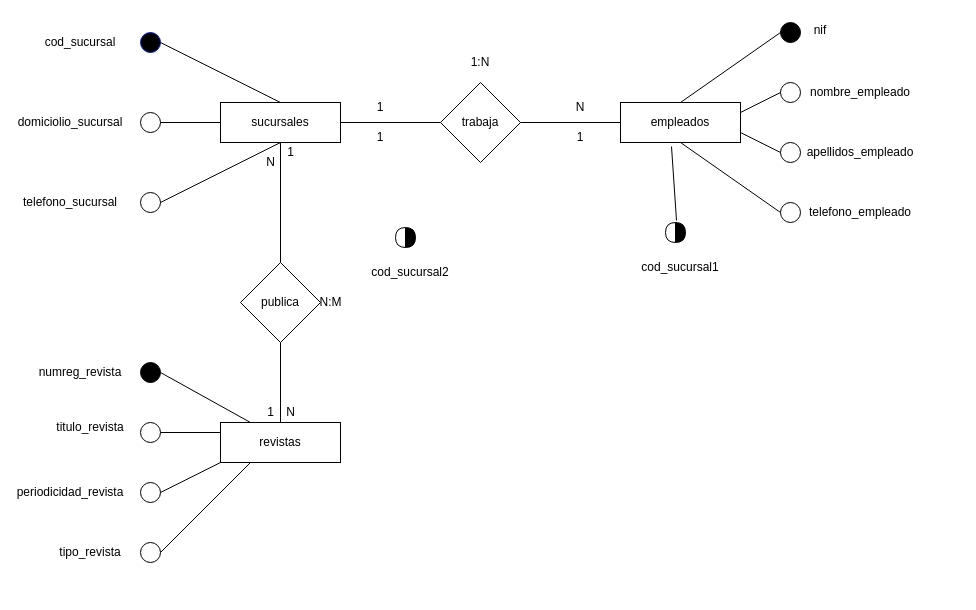
Above: Ejercicios_clase/Diagrama entidad_relación Práctica 2.drawio in FuerzaRoja/Base_de_Datos (draw.io), before the change. Source tidied: cells renumbered, new cells numbered last; positions are measured from the earlier drawing's top-left corner, leaving out a move shared by most shapes. Both pictures are drawn from the tidied source at 100%, with x=0, y=0 at pixel (40, 17).
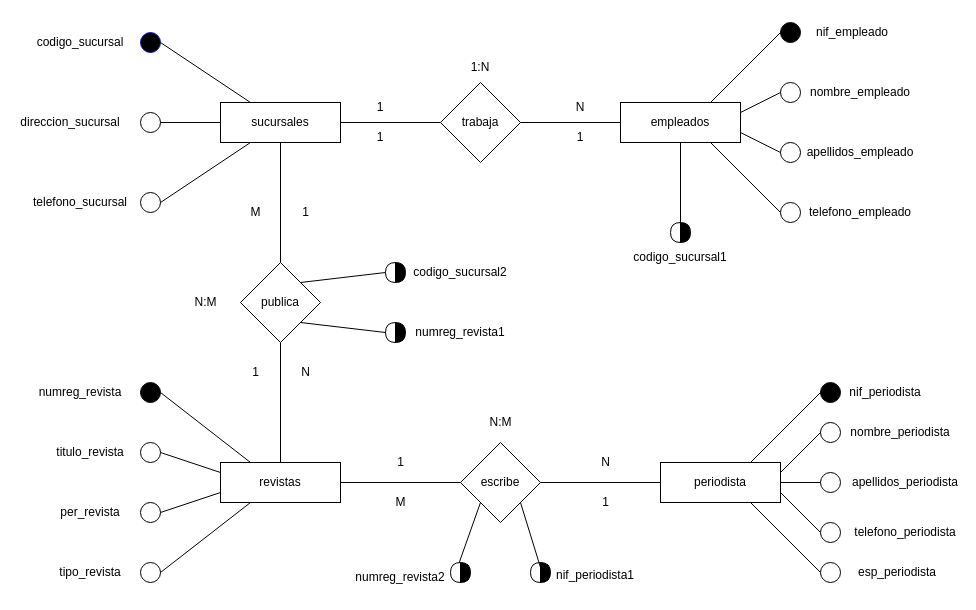
After the change.

The change refers to these unchanged cells:
```xml
<mxCell id="2" value="sucursales" style="rounded=0;whiteSpace=wrap;html=1;" parent="1" vertex="1">
  <mxGeometry x="180" y="85" width="120" height="40" as="geometry" />
</mxCell>
<mxCell id="3" style="ellipse;whiteSpace=wrap;html=1;fillColor=#000000;strokeColor=#001DBC;fontColor=#ffffff;" parent="1" vertex="1">
  <mxGeometry x="100" y="15" width="20" height="20" as="geometry" />
</mxCell>
<mxCell id="5" style="ellipse;whiteSpace=wrap;html=1;" parent="1" vertex="1">
  <mxGeometry x="100" y="175" width="20" height="20" as="geometry" />
</mxCell>
<mxCell id="12" value="empleados" style="rounded=0;whiteSpace=wrap;html=1;" parent="1" vertex="1">
  <mxGeometry x="580" y="85" width="120" height="40" as="geometry" />
</mxCell>
<mxCell id="13" style="ellipse;whiteSpace=wrap;html=1;fillColor=#000000;" parent="1" vertex="1">
  <mxGeometry x="740" y="5" width="20" height="20" as="geometry" />
</mxCell>
<mxCell id="17" style="ellipse;whiteSpace=wrap;html=1;" parent="1" vertex="1">
  <mxGeometry x="740" y="185" width="20" height="20" as="geometry" />
</mxCell>
<mxCell id="34" value="publica" style="rhombus;whiteSpace=wrap;html=1;" parent="1" vertex="1">
  <mxGeometry x="200" y="245" width="80" height="80" as="geometry" />
</mxCell>
```

Change to the diagram source:
```diff
@@
-    <mxCell id="6" style="endArrow=none;html=1;rounded=0;exitX=1;exitY=0.5;exitDx=0;exitDy=0;entryX=0.5;entryY=0;entryDx=0;entryDy=0;" parent="1" edge="1" source="3" target="2">
+    <mxCell id="6" style="endArrow=none;html=1;rounded=0;exitX=1;exitY=0.5;exitDx=0;exitDy=0;entryX=0.25;entryY=0;entryDx=0;entryDy=0;" parent="1" edge="1" source="3" target="2">
       <mxGeometry relative="1" as="geometry" />
     </mxCell>
@@
-    <mxCell id="8" style="endArrow=none;html=1;rounded=0;exitX=1;exitY=0.5;exitDx=0;exitDy=0;entryX=0.5;entryY=1;entryDx=0;entryDy=0;" parent="1" edge="1" source="5" target="2">
+    <mxCell id="8" style="endArrow=none;html=1;rounded=0;exitX=1;exitY=0.5;exitDx=0;exitDy=0;entryX=0.25;entryY=1;entryDx=0;entryDy=0;" parent="1" edge="1" source="5" target="2">
       <mxGeometry relative="1" as="geometry" />
     </mxCell>
-    <mxCell id="9" value="cod_sucursal" style="text;html=1;strokeColor=none;fillColor=none;align=center;verticalAlign=middle;whiteSpace=wrap;rounded=0;" parent="1" vertex="1">
+    <mxCell id="9" value="codigo_sucursal" style="text;html=1;strokeColor=none;fillColor=none;align=center;verticalAlign=middle;whiteSpace=wrap;rounded=0;" parent="1" vertex="1">
       <mxGeometry x="10" y="10" width="60" height="30" as="geometry" />
     </mxCell>
-    <mxCell id="10" value="domiciolio_sucursal" style="text;html=1;strokeColor=none;fillColor=none;align=center;verticalAlign=middle;whiteSpace=wrap;rounded=0;" parent="1" vertex="1">
+    <mxCell id="10" value="direccion_sucursal" style="text;html=1;strokeColor=none;fillColor=none;align=center;verticalAlign=middle;whiteSpace=wrap;rounded=0;" parent="1" vertex="1">
       <mxGeometry y="90" width="60" height="30" as="geometry" />
     </mxCell>
     <mxCell id="11" value="telefono_sucursal" style="text;html=1;strokeColor=none;fillColor=none;align=center;verticalAlign=middle;whiteSpace=wrap;rounded=0;" parent="1" vertex="1">
-      <mxGeometry y="170" width="60" height="30" as="geometry" />
+      <mxGeometry x="10" y="170" width="60" height="30" as="geometry" />
     </mxCell>
@@
-    <mxCell id="18" style="endArrow=none;html=1;rounded=0;entryX=0.5;entryY=0;entryDx=0;entryDy=0;exitX=0;exitY=0.5;exitDx=0;exitDy=0;" parent="1" edge="1" source="13" target="12">
+    <mxCell id="18" style="endArrow=none;html=1;rounded=0;entryX=0.75;entryY=0;entryDx=0;entryDy=0;exitX=0;exitY=0.5;exitDx=0;exitDy=0;" parent="1" edge="1" source="13" target="12">
       <mxGeometry relative="1" as="geometry" />
     </mxCell>
@@
-    <mxCell id="21" style="endArrow=none;html=1;rounded=0;entryX=0;entryY=0.5;entryDx=0;entryDy=0;exitX=0.5;exitY=1;exitDx=0;exitDy=0;" parent="1" edge="1" source="12" target="17">
+    <mxCell id="21" style="endArrow=none;html=1;rounded=0;entryX=0;entryY=0.5;entryDx=0;entryDy=0;exitX=0.75;exitY=1;exitDx=0;exitDy=0;" parent="1" edge="1" source="12" target="17">
       <mxGeometry relative="1" as="geometry" />
     </mxCell>
-    <mxCell id="22" value="nif" style="text;html=1;strokeColor=none;fillColor=none;align=center;verticalAlign=middle;whiteSpace=wrap;rounded=0;" parent="1" vertex="1">
-      <mxGeometry x="765" width="30" height="25" as="geometry" />
+    <mxCell id="22" value="nif_empleado" style="text;html=1;strokeColor=none;fillColor=none;align=center;verticalAlign=middle;whiteSpace=wrap;rounded=0;" parent="1" vertex="1">
+      <mxGeometry x="797" y="2.5" width="30" height="25" as="geometry" />
     </mxCell>
@@
     <mxCell id="33" value="1:N" style="text;html=1;strokeColor=none;fillColor=none;align=center;verticalAlign=middle;whiteSpace=wrap;rounded=0;" parent="1" vertex="1">
-      <mxGeometry x="410" y="30" width="60" height="30" as="geometry" />
+      <mxGeometry x="410" y="35" width="60" height="30" as="geometry" />
     </mxCell>
@@
     <mxCell id="36" value="revistas" style="rounded=0;whiteSpace=wrap;html=1;" parent="1" vertex="1">
-      <mxGeometry x="180" y="405" width="120" height="40" as="geometry" />
+      <mxGeometry x="180" y="445" width="120" height="40" as="geometry" />
     </mxCell>
@@
     <mxCell id="38" style="shape=or;whiteSpace=wrap;html=1;fillColor=#000000;" parent="1" vertex="1">
-      <mxGeometry x="635" y="205" width="10" height="20" as="geometry" />
+      <mxGeometry x="640" y="205" width="10" height="20" as="geometry" />
     </mxCell>
     <mxCell id="39" style="shape=or;whiteSpace=wrap;html=1;rotation=-180;" parent="1" vertex="1">
-      <mxGeometry x="625" y="205" width="10" height="20" as="geometry" />
+      <mxGeometry x="630" y="205" width="10" height="20" as="geometry" />
     </mxCell>
-    <mxCell id="40" style="endArrow=none;html=1;rounded=0;exitX=0.1;exitY=-0.1;exitDx=0;exitDy=0;exitPerimeter=0;entryX=0.425;entryY=1.1;entryDx=0;entryDy=0;entryPerimeter=0;" parent="1" edge="1" source="38" target="12">
-      <mxGeometry relative="1" as="geometry" />
-    </mxCell>
-    <mxCell id="41" value="cod_sucursal1" style="text;html=1;strokeColor=none;fillColor=none;align=center;verticalAlign=middle;whiteSpace=wrap;rounded=0;" parent="1" vertex="1">
-      <mxGeometry x="610" y="235" width="60" height="30" as="geometry" />
+    <mxCell id="41" value="codigo_sucursal1" style="text;html=1;strokeColor=none;fillColor=none;align=center;verticalAlign=middle;whiteSpace=wrap;rounded=0;" parent="1" vertex="1">
+      <mxGeometry x="610" y="225" width="60" height="30" as="geometry" />
     </mxCell>
     <mxCell id="42" style="ellipse;whiteSpace=wrap;html=1;fillColor=#000000;" parent="1" vertex="1">
-      <mxGeometry x="100" y="345" width="20" height="20" as="geometry" />
+      <mxGeometry x="100" y="365" width="20" height="20" as="geometry" />
     </mxCell>
     <mxCell id="43" style="ellipse;whiteSpace=wrap;html=1;" parent="1" vertex="1">
-      <mxGeometry x="100" y="405" width="20" height="20" as="geometry" />
+      <mxGeometry x="100" y="425" width="20" height="20" as="geometry" />
     </mxCell>
     <mxCell id="44" style="ellipse;whiteSpace=wrap;html=1;" parent="1" vertex="1">
-      <mxGeometry x="100" y="465" width="20" height="20" as="geometry" />
+      <mxGeometry x="100" y="485" width="20" height="20" as="geometry" />
     </mxCell>
     <mxCell id="45" style="ellipse;whiteSpace=wrap;html=1;" parent="1" vertex="1">
-      <mxGeometry x="100" y="525" width="20" height="20" as="geometry" />
+      <mxGeometry x="100" y="545" width="20" height="20" as="geometry" />
     </mxCell>
     <mxCell id="46" value="numreg_revista" style="text;html=1;strokeColor=none;fillColor=none;align=center;verticalAlign=middle;whiteSpace=wrap;rounded=0;" parent="1" vertex="1">
-      <mxGeometry x="10" y="340" width="60" height="30" as="geometry" />
+      <mxGeometry x="10" y="360" width="60" height="30" as="geometry" />
     </mxCell>
     <mxCell id="47" value="titulo_revista" style="text;html=1;strokeColor=none;fillColor=none;align=center;verticalAlign=middle;whiteSpace=wrap;rounded=0;" parent="1" vertex="1">
-      <mxGeometry x="20" y="395" width="60" height="30" as="geometry" />
+      <mxGeometry x="20" y="420" width="60" height="30" as="geometry" />
     </mxCell>
-    <mxCell id="48" value="periodicidad_revista" style="text;html=1;strokeColor=none;fillColor=none;align=center;verticalAlign=middle;whiteSpace=wrap;rounded=0;" parent="1" vertex="1">
-      <mxGeometry y="460" width="60" height="30" as="geometry" />
+    <mxCell id="48" value="per_revista" style="text;html=1;strokeColor=none;fillColor=none;align=center;verticalAlign=middle;whiteSpace=wrap;rounded=0;" parent="1" vertex="1">
+      <mxGeometry x="20" y="480" width="60" height="30" as="geometry" />
     </mxCell>
     <mxCell id="49" value="tipo_revista" style="text;html=1;strokeColor=none;fillColor=none;align=center;verticalAlign=middle;whiteSpace=wrap;rounded=0;" parent="1" vertex="1">
-      <mxGeometry x="20" y="520" width="60" height="30" as="geometry" />
+      <mxGeometry x="20" y="540" width="60" height="30" as="geometry" />
     </mxCell>
-    <mxCell id="50" style="endArrow=none;html=1;rounded=0;exitX=1;exitY=0.5;exitDx=0;exitDy=0;entryX=0.25;entryY=0;entryDx=0;entryDy=0;" parent="1" edge="1" source="42" target="36">
-      <mxGeometry relative="1" as="geometry" />
+    <mxCell id="50" style="endArrow=none;html=1;rounded=0;exitX=1;exitY=0.5;exitDx=0;exitDy=0;" parent="1" edge="1" source="42">
+      <mxGeometry relative="1" as="geometry">
+        <mxPoint x="210" y="445" as="targetPoint" />
+      </mxGeometry>
     </mxCell>
@@
-    <mxCell id="52" style="endArrow=none;html=1;rounded=0;exitX=1;exitY=0.5;exitDx=0;exitDy=0;entryX=0;entryY=1;entryDx=0;entryDy=0;" parent="1" edge="1" source="44" target="36">
+    <mxCell id="52" style="endArrow=none;html=1;rounded=0;exitX=1;exitY=0.5;exitDx=0;exitDy=0;entryX=0;entryY=0.75;entryDx=0;entryDy=0;" parent="1" edge="1" source="44" target="36">
       <mxGeometry relative="1" as="geometry" />
     </mxCell>
@@
     <mxCell id="54" value="1" style="text;html=1;align=center;verticalAlign=middle;strokeColor=none;fillColor=none;" parent="1" vertex="1">
-      <mxGeometry x="235" y="120" width="30" height="30" as="geometry" />
+      <mxGeometry x="250" y="180" width="30" height="30" as="geometry" />
     </mxCell>
     <mxCell id="55" value="N" style="text;html=1;align=center;verticalAlign=middle;strokeColor=none;fillColor=none;" parent="1" vertex="1">
-      <mxGeometry x="235" y="380" width="30" height="30" as="geometry" />
+      <mxGeometry x="250" y="340" width="30" height="30" as="geometry" />
     </mxCell>
     <mxCell id="56" value="1" style="text;html=1;align=center;verticalAlign=middle;strokeColor=none;fillColor=none;" parent="1" vertex="1">
-      <mxGeometry x="215" y="380" width="30" height="30" as="geometry" />
+      <mxGeometry x="200" y="340" width="30" height="30" as="geometry" />
     </mxCell>
-    <mxCell id="57" value="N" style="text;html=1;align=center;verticalAlign=middle;strokeColor=none;fillColor=none;" parent="1" vertex="1">
-      <mxGeometry x="215" y="130" width="30" height="30" as="geometry" />
+    <mxCell id="57" value="M" style="text;html=1;align=center;verticalAlign=middle;strokeColor=none;fillColor=none;" parent="1" vertex="1">
+      <mxGeometry x="200" y="180" width="30" height="30" as="geometry" />
     </mxCell>
     <mxCell id="58" value="N:M" style="text;html=1;align=center;verticalAlign=middle;strokeColor=none;fillColor=none;" parent="1" vertex="1">
-      <mxGeometry x="265" y="270" width="50" height="30" as="geometry" />
+      <mxGeometry x="140" y="270" width="50" height="30" as="geometry" />
     </mxCell>
     <mxCell id="59" style="shape=or;whiteSpace=wrap;html=1;fillColor=#000000;" parent="1" vertex="1">
-      <mxGeometry x="365" y="210" width="10" height="20" as="geometry" />
+      <mxGeometry x="355" y="245" width="10" height="20" as="geometry" />
     </mxCell>
     <mxCell id="60" style="shape=or;whiteSpace=wrap;html=1;rotation=-180;" parent="1" vertex="1">
-      <mxGeometry x="355" y="210" width="10" height="20" as="geometry" />
+      <mxGeometry x="345" y="245" width="10" height="20" as="geometry" />
     </mxCell>
-    <mxCell id="61" value="cod_sucursal2" style="text;html=1;strokeColor=none;fillColor=none;align=center;verticalAlign=middle;whiteSpace=wrap;rounded=0;" parent="1" vertex="1">
-      <mxGeometry x="340" y="240" width="60" height="30" as="geometry" />
+    <mxCell id="61" value="codigo_sucursal2" style="text;html=1;strokeColor=none;fillColor=none;align=center;verticalAlign=middle;whiteSpace=wrap;rounded=0;" parent="1" vertex="1">
+      <mxGeometry x="390" y="240" width="60" height="30" as="geometry" />
     </mxCell>
+    <mxCell id="62" style="endArrow=none;html=1;rounded=0;entryX=0.5;entryY=1;entryDx=0;entryDy=0;" parent="1" edge="1" target="12">
+      <mxGeometry relative="1" as="geometry">
+        <mxPoint x="640" y="215" as="sourcePoint" />
+      </mxGeometry>
+    </mxCell>
+    <mxCell id="63" style="shape=or;whiteSpace=wrap;html=1;rotation=-180;" parent="1" vertex="1">
+      <mxGeometry x="345" y="305" width="10" height="20" as="geometry" />
+    </mxCell>
+    <mxCell id="64" style="shape=or;whiteSpace=wrap;html=1;fillColor=#000000;" parent="1" vertex="1">
+      <mxGeometry x="355" y="305" width="10" height="20" as="geometry" />
+    </mxCell>
+    <mxCell id="65" value="numreg_revista1" style="text;html=1;strokeColor=none;fillColor=none;align=center;verticalAlign=middle;whiteSpace=wrap;rounded=0;" parent="1" vertex="1">
+      <mxGeometry x="390" y="300" width="60" height="30" as="geometry" />
+    </mxCell>
+    <mxCell id="66" style="endArrow=none;html=1;rounded=0;entryX=1;entryY=0.5;entryDx=0;entryDy=0;entryPerimeter=0;exitX=1;exitY=0;exitDx=0;exitDy=0;" parent="1" edge="1" source="34" target="60">
+      <mxGeometry relative="1" as="geometry" />
+    </mxCell>
+    <mxCell id="67" style="endArrow=none;html=1;rounded=0;exitX=1;exitY=1;exitDx=0;exitDy=0;entryX=1;entryY=0.5;entryDx=0;entryDy=0;entryPerimeter=0;" parent="1" edge="1" source="34" target="63">
+      <mxGeometry relative="1" as="geometry" />
+    </mxCell>
+    <mxCell id="68" value="periodista" style="rounded=0;whiteSpace=wrap;html=1;" parent="1" vertex="1">
+      <mxGeometry x="620" y="445" width="120" height="40" as="geometry" />
+    </mxCell>
+    <mxCell id="69" style="ellipse;whiteSpace=wrap;html=1;fillColor=#000000;" parent="1" vertex="1">
+      <mxGeometry x="780" y="365" width="20" height="20" as="geometry" />
+    </mxCell>
+    <mxCell id="70" style="ellipse;whiteSpace=wrap;html=1;" parent="1" vertex="1">
+      <mxGeometry x="780" y="405" width="20" height="20" as="geometry" />
+    </mxCell>
+    <mxCell id="71" style="ellipse;whiteSpace=wrap;html=1;" parent="1" vertex="1">
+      <mxGeometry x="780" y="455" width="20" height="20" as="geometry" />
+    </mxCell>
+    <mxCell id="72" style="ellipse;whiteSpace=wrap;html=1;" parent="1" vertex="1">
+      <mxGeometry x="780" y="505" width="20" height="20" as="geometry" />
+    </mxCell>
+    <mxCell id="73" style="endArrow=none;html=1;rounded=0;exitX=0;exitY=0.5;exitDx=0;exitDy=0;" parent="1" edge="1" source="69">
+      <mxGeometry relative="1" as="geometry">
+        <mxPoint x="710" y="445" as="targetPoint" />
+      </mxGeometry>
+    </mxCell>
+    <mxCell id="74" style="endArrow=none;html=1;rounded=0;entryX=0;entryY=0.5;entryDx=0;entryDy=0;exitX=1;exitY=0.25;exitDx=0;exitDy=0;" parent="1" edge="1" source="68" target="70">
+      <mxGeometry relative="1" as="geometry" />
+    </mxCell>
+    <mxCell id="75" style="endArrow=none;html=1;rounded=0;entryX=0;entryY=0.5;entryDx=0;entryDy=0;exitX=1;exitY=0.5;exitDx=0;exitDy=0;" parent="1" edge="1" source="68" target="71">
+      <mxGeometry relative="1" as="geometry" />
+    </mxCell>
+    <mxCell id="76" style="endArrow=none;html=1;rounded=0;entryX=0;entryY=0.5;entryDx=0;entryDy=0;exitX=1;exitY=0.75;exitDx=0;exitDy=0;" parent="1" edge="1" source="68" target="72">
+      <mxGeometry relative="1" as="geometry" />
+    </mxCell>
+    <mxCell id="77" value="nif_periodista" style="text;html=1;strokeColor=none;fillColor=none;align=center;verticalAlign=middle;whiteSpace=wrap;rounded=0;" parent="1" vertex="1">
+      <mxGeometry x="830" y="362.5" width="30" height="25" as="geometry" />
+    </mxCell>
+    <mxCell id="78" value="nombre_periodista" style="text;html=1;strokeColor=none;fillColor=none;align=center;verticalAlign=middle;whiteSpace=wrap;rounded=0;" parent="1" vertex="1">
+      <mxGeometry x="830" y="400" width="60" height="30" as="geometry" />
+    </mxCell>
+    <mxCell id="79" value="apellidos_periodista" style="text;html=1;strokeColor=none;fillColor=none;align=center;verticalAlign=middle;whiteSpace=wrap;rounded=0;" parent="1" vertex="1">
+      <mxGeometry x="835" y="450" width="60" height="30" as="geometry" />
+    </mxCell>
+    <mxCell id="80" value="telefono_periodista" style="text;html=1;strokeColor=none;fillColor=none;align=center;verticalAlign=middle;whiteSpace=wrap;rounded=0;" parent="1" vertex="1">
+      <mxGeometry x="835" y="500" width="60" height="30" as="geometry" />
+    </mxCell>
+    <mxCell id="81" value="escribe" style="rhombus;whiteSpace=wrap;html=1;" parent="1" vertex="1">
+      <mxGeometry x="420" y="425" width="80" height="80" as="geometry" />
+    </mxCell>
+    <mxCell id="82" style="endArrow=none;html=1;rounded=0;exitX=1;exitY=0.5;exitDx=0;exitDy=0;entryX=0;entryY=0.5;entryDx=0;entryDy=0;" parent="1" edge="1" source="36" target="81">
+      <mxGeometry relative="1" as="geometry" />
+    </mxCell>
+    <mxCell id="83" style="endArrow=none;html=1;rounded=0;exitX=1;exitY=0.5;exitDx=0;exitDy=0;entryX=0;entryY=0.5;entryDx=0;entryDy=0;" parent="1" edge="1" source="81" target="68">
+      <mxGeometry relative="1" as="geometry" />
+    </mxCell>
+    <mxCell id="84" style="ellipse;whiteSpace=wrap;html=1;" parent="1" vertex="1">
+      <mxGeometry x="780" y="545" width="20" height="20" as="geometry" />
+    </mxCell>
+    <mxCell id="85" style="endArrow=none;html=1;rounded=0;entryX=0.75;entryY=1;entryDx=0;entryDy=0;exitX=0;exitY=0.5;exitDx=0;exitDy=0;" parent="1" edge="1" source="84" target="68">
+      <mxGeometry relative="1" as="geometry" />
+    </mxCell>
+    <mxCell id="86" value="esp_periodista" style="text;html=1;strokeColor=none;fillColor=none;align=center;verticalAlign=middle;whiteSpace=wrap;rounded=0;" parent="1" vertex="1">
+      <mxGeometry x="827" y="540" width="60" height="30" as="geometry" />
+    </mxCell>
+    <mxCell id="87" value="1" style="text;html=1;align=center;verticalAlign=middle;strokeColor=none;fillColor=none;" parent="1" vertex="1">
+      <mxGeometry x="345" y="430" width="30" height="30" as="geometry" />
+    </mxCell>
+    <mxCell id="88" value="1" style="text;html=1;align=center;verticalAlign=middle;strokeColor=none;fillColor=none;" parent="1" vertex="1">
+      <mxGeometry x="550" y="470" width="30" height="30" as="geometry" />
+    </mxCell>
+    <mxCell id="89" value="N" style="text;html=1;align=center;verticalAlign=middle;strokeColor=none;fillColor=none;" parent="1" vertex="1">
+      <mxGeometry x="550" y="430" width="30" height="30" as="geometry" />
+    </mxCell>
+    <mxCell id="90" value="M" style="text;html=1;align=center;verticalAlign=middle;strokeColor=none;fillColor=none;" parent="1" vertex="1">
+      <mxGeometry x="345" y="470" width="30" height="30" as="geometry" />
+    </mxCell>
+    <mxCell id="91" style="shape=or;whiteSpace=wrap;html=1;fillColor=#000000;" parent="1" vertex="1">
+      <mxGeometry x="420" y="545" width="10" height="20" as="geometry" />
+    </mxCell>
+    <mxCell id="92" style="shape=or;whiteSpace=wrap;html=1;fillColor=#000000;" parent="1" vertex="1">
+      <mxGeometry x="500" y="545" width="10" height="20" as="geometry" />
+    </mxCell>
+    <mxCell id="93" style="shape=or;whiteSpace=wrap;html=1;direction=west;" parent="1" vertex="1">
+      <mxGeometry x="410" y="545" width="10" height="20" as="geometry" />
+    </mxCell>
+    <mxCell id="94" style="shape=or;whiteSpace=wrap;html=1;direction=west;" parent="1" vertex="1">
+      <mxGeometry x="490" y="545" width="10" height="20" as="geometry" />
+    </mxCell>
+    <mxCell id="95" style="endArrow=none;html=1;rounded=0;entryX=0;entryY=1;entryDx=0;entryDy=0;exitX=0.114;exitY=1.016;exitDx=0;exitDy=0;exitPerimeter=0;" parent="1" edge="1" source="93" target="81">
+      <mxGeometry relative="1" as="geometry" />
+    </mxCell>
+    <mxCell id="96" style="endArrow=none;html=1;rounded=0;entryX=1;entryY=1;entryDx=0;entryDy=0;exitX=0;exitY=0.75;exitDx=0;exitDy=0;exitPerimeter=0;" parent="1" edge="1" source="94" target="81">
+      <mxGeometry relative="1" as="geometry" />
+    </mxCell>
+    <mxCell id="97" value="numreg_revista2" style="text;html=1;strokeColor=none;fillColor=none;align=center;verticalAlign=middle;whiteSpace=wrap;rounded=0;" parent="1" vertex="1">
+      <mxGeometry x="330" y="545" width="60" height="30" as="geometry" />
+    </mxCell>
+    <mxCell id="98" value="nif_periodista1" style="text;html=1;strokeColor=none;fillColor=none;align=center;verticalAlign=middle;whiteSpace=wrap;rounded=0;" parent="1" vertex="1">
+      <mxGeometry x="540" y="545" width="30" height="25" as="geometry" />
+    </mxCell>
+    <mxCell id="99" value="N:M" style="text;html=1;align=center;verticalAlign=middle;strokeColor=none;fillColor=none;" parent="1" vertex="1">
+      <mxGeometry x="435" y="390" width="50" height="30" as="geometry" />
+    </mxCell>
```
